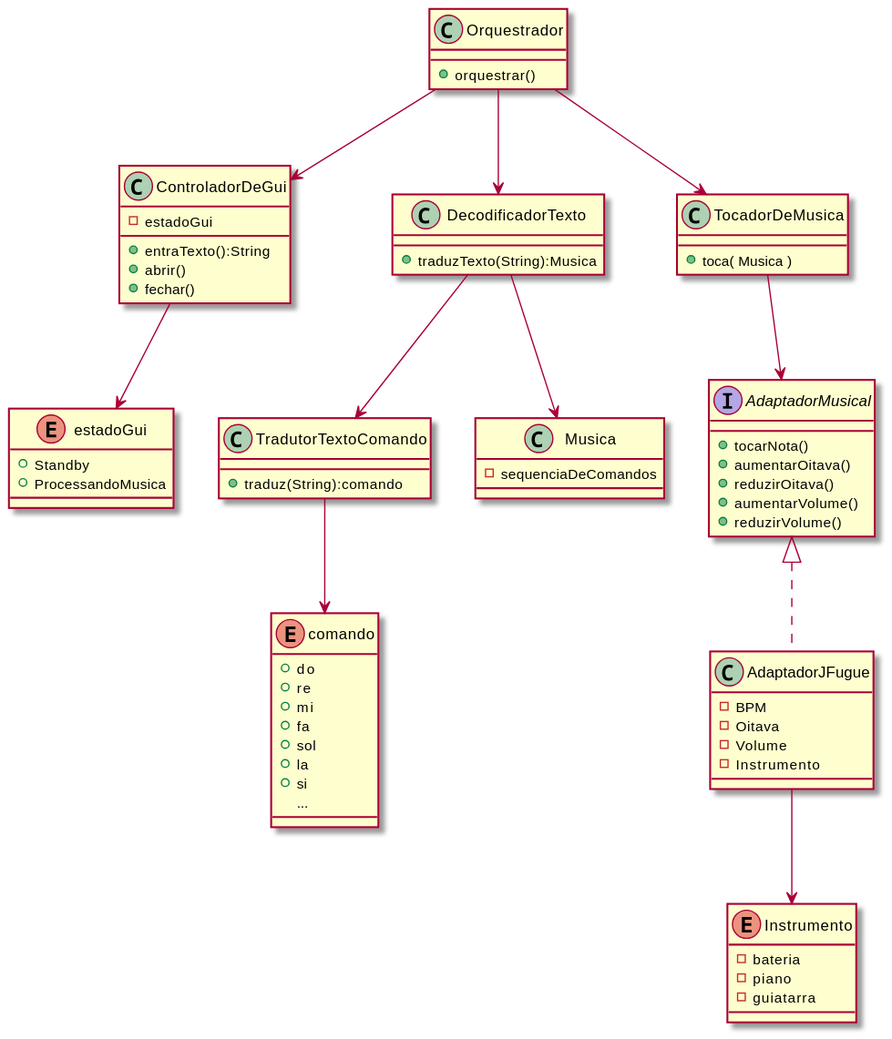
tonelloiago/TCP keeps this PlantUML diagram as out/diagramaDeClasses/classes.svg. Above is the earlier version.
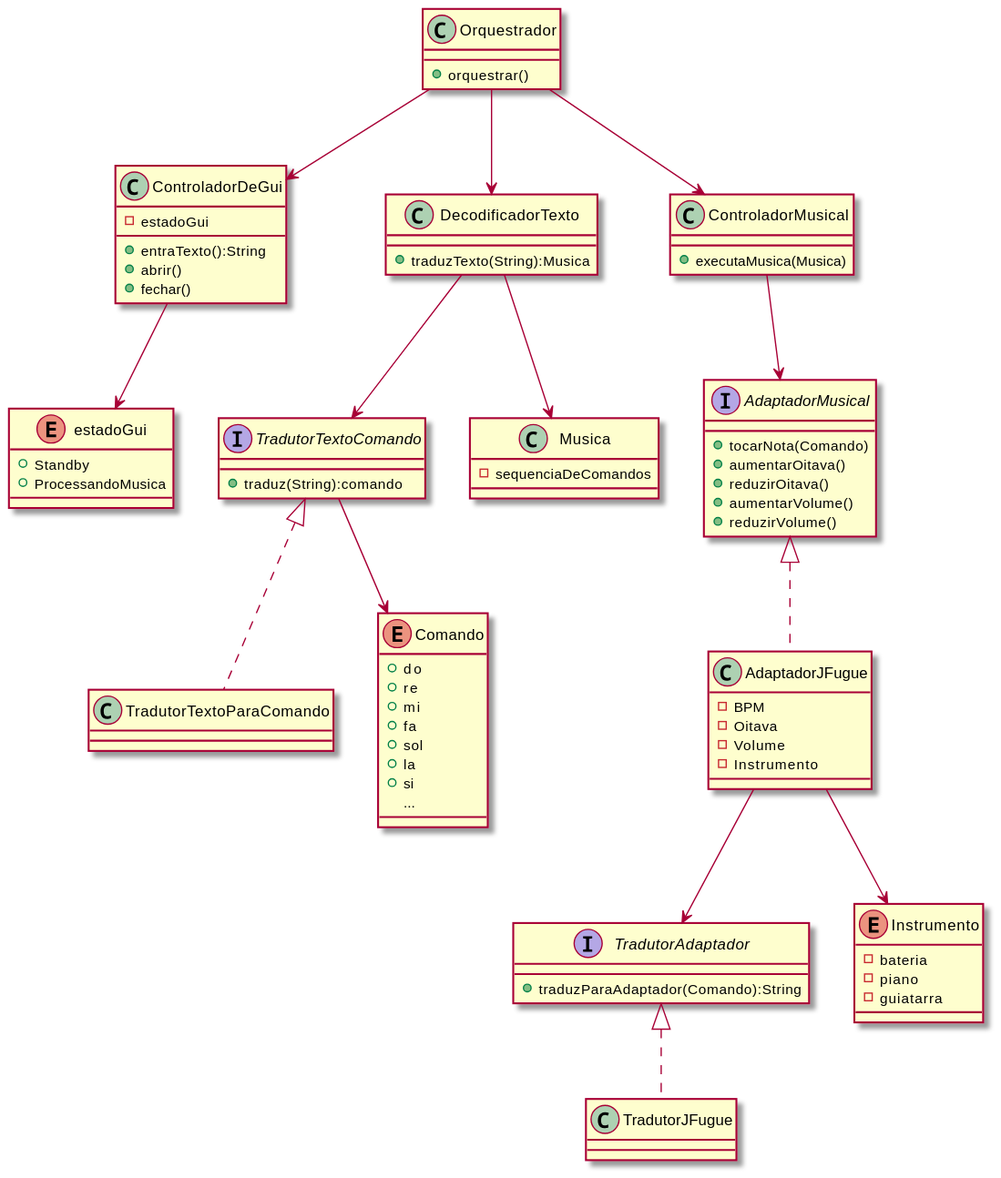
After the change.

Commit message:
Atualizado diagrama de classes (#4)

What changed in the source:
```diff
@@ -20,12 +20,18 @@
     + traduzTexto(String):Musica
 }
 
-class TradutorTextoComando{
+interface TradutorTextoComando{
     + traduz(String):comando
 }
 
+class TradutorTextoParaComando implements TradutorTextoComando{}
+
+class ControladorMusical{
+    + executaMusica(Musica)
+}
+
 interface AdaptadorMusical{
-    + tocarNota()
+    + tocarNota(Comando)
     + aumentarOitava()
     + reduzirOitava()
     + aumentarVolume()
@@ -39,13 +45,21 @@
     - Instrumento
 }
 
+interface TradutorAdaptador{
+    + traduzParaAdaptador(Comando):String
+}
+
+class TradutorJFugue implements TradutorAdaptador{
+
+}
+
 enum Instrumento{
     - bateria
     - piano
     - guiatarra
 }
 
-enum comando{
+enum Comando{
     + do
     + re
     + mi
@@ -60,19 +74,17 @@
     - sequenciaDeComandos
 }
 
-class TocadorDeMusica{
-    + toca( Musica )
-}
 
 Orquestrador --> DecodificadorTexto
-Orquestrador --> TocadorDeMusica
+Orquestrador --> ControladorMusical
 Orquestrador --> ControladorDeGui
 DecodificadorTexto --> TradutorTextoComando
 DecodificadorTexto --> Musica
-TocadorDeMusica --> AdaptadorMusical
-TradutorTextoComando --> comando
+ControladorMusical --> AdaptadorMusical
+TradutorTextoComando --> Comando
 ControladorDeGui --> estadoGui
 AdaptadorJFugue --> Instrumento
+AdaptadorJFugue --> TradutorAdaptador
 
 
 @enduml
```
